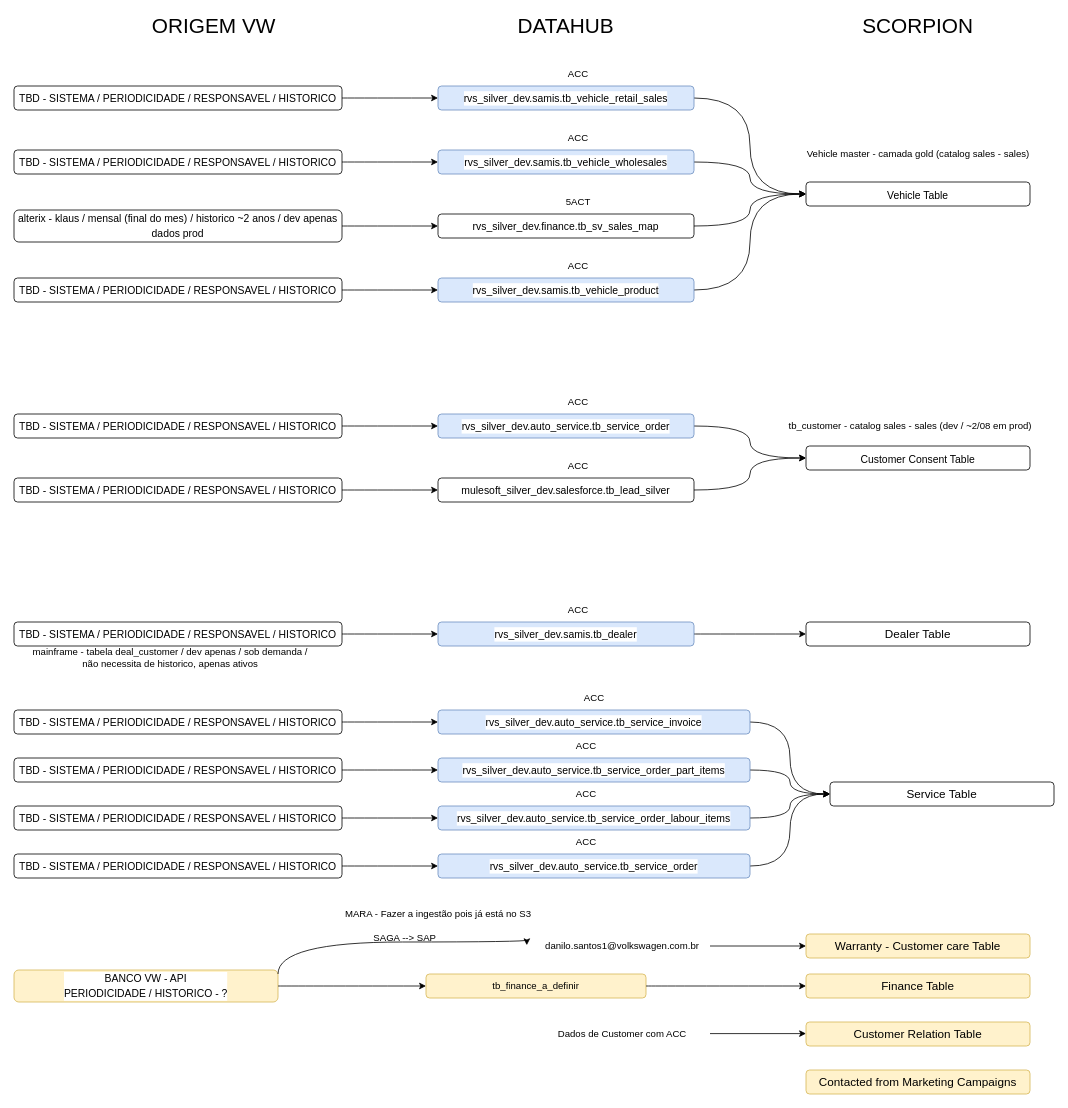
Before: page "Fluxo Tabelas" (4 of 6) of scorpion.drawio in leo-odilon/draw.io, a draw.io diagram. Source tidied: cells renumbered, new cells numbered last; positions are measured from the earlier drawing's top-left corner, leaving out a move shared by most shapes. Both pictures are drawn from the tidied source at 80%, with x=0, y=0 at pixel (14, 14).
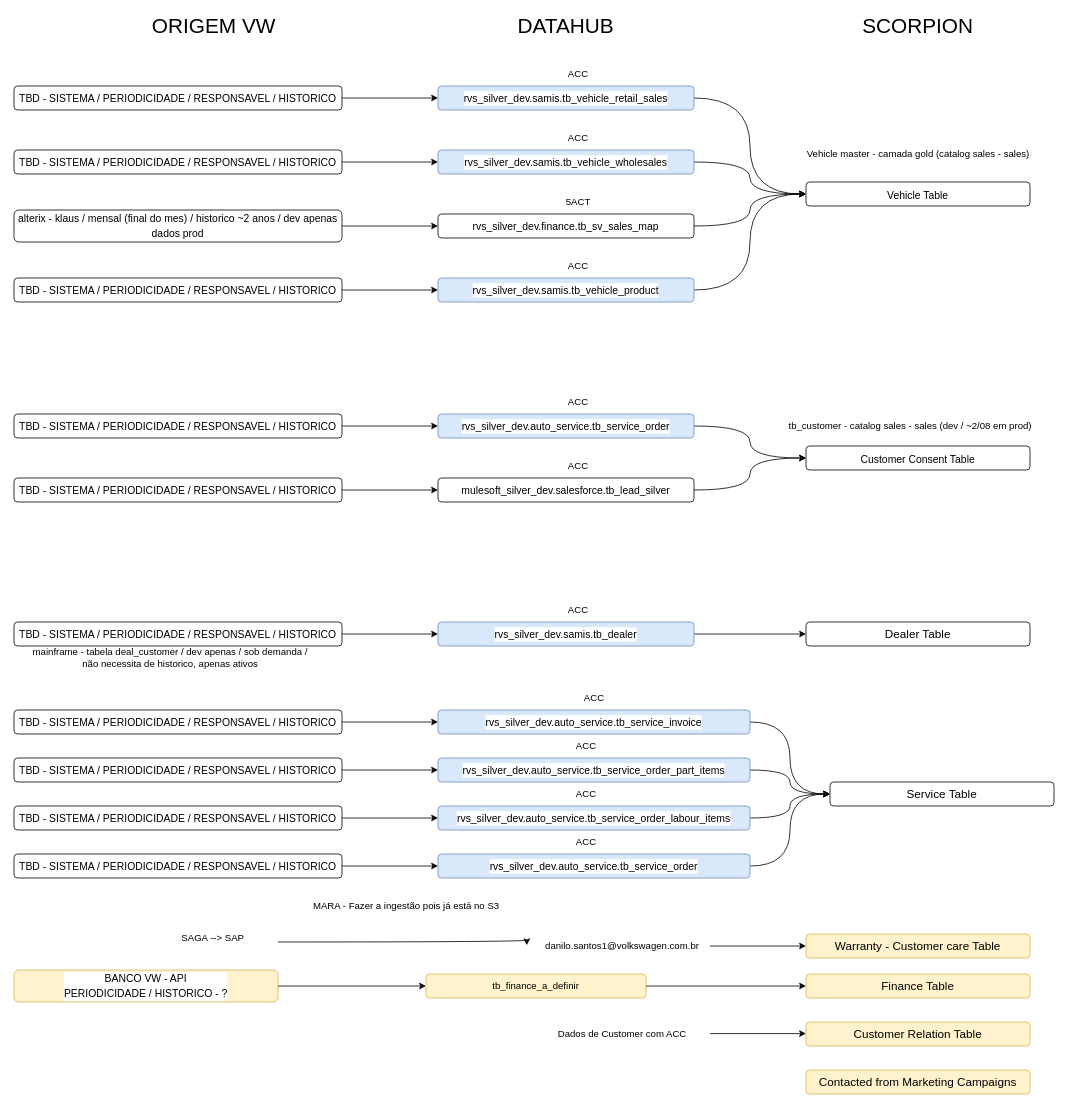
After the change.

The change refers to these unchanged cells:
```xml
<mxCell id="75" value="danilo.santos1@volkswagen.com.br" style="text;html=1;align=center;verticalAlign=middle;points=[];strokeColor=none;fillColor=none;" parent="1" vertex="1">
  <mxGeometry x="650" y="1150" width="220" height="30" as="geometry" />
</mxCell>
```

The edit, as a diff of the source:
```diff
@@
     <mxCell id="73" value="SAGA --&amp;gt; SAP&amp;nbsp;" style="text;html=1;align=center;verticalAlign=middle;strokeColor=none;fillColor=none;" parent="1" vertex="1">
-      <mxGeometry x="440" y="1140" width="100" height="30" as="geometry" />
+      <mxGeometry x="200" y="1140" width="100" height="30" as="geometry" />
     </mxCell>
@@
     <mxCell id="78" value="MARA - Fazer a ingestão pois já está no S3" style="text;html=1;align=center;verticalAlign=middle;strokeColor=none;fillColor=none;" parent="1" vertex="1">
-      <mxGeometry x="400" y="1110" width="260" height="30" as="geometry" />
+      <mxGeometry x="360" y="1100" width="260" height="30" as="geometry" />
     </mxCell>
-    <mxCell id="79" style="edgeStyle=orthogonalEdgeStyle;curved=1;rounded=0;jettySize=auto;html=1;fontSize=13;entryX=-0.041;entryY=0.467;entryDx=0;entryDy=0;exitX=1;exitY=0.5;exitDx=0;exitDy=0;entryPerimeter=0;" parent="1" edge="1" target="75">
+    <mxCell id="79" style="edgeStyle=orthogonalEdgeStyle;curved=1;rounded=0;jettySize=auto;html=1;fontSize=13;entryX=-0.041;entryY=0.467;entryDx=0;entryDy=0;entryPerimeter=0;" parent="1" edge="1" target="75">
       <mxGeometry relative="1" as="geometry">
-        <mxPoint x="330" y="1200" as="sourcePoint" />
+        <mxPoint x="330" y="1160" as="sourcePoint" />
         <Array as="points">
           <mxPoint x="330" y="1160" />
           <mxPoint x="641" y="1160" />
         </Array>
       </mxGeometry>
     </mxCell>
```
